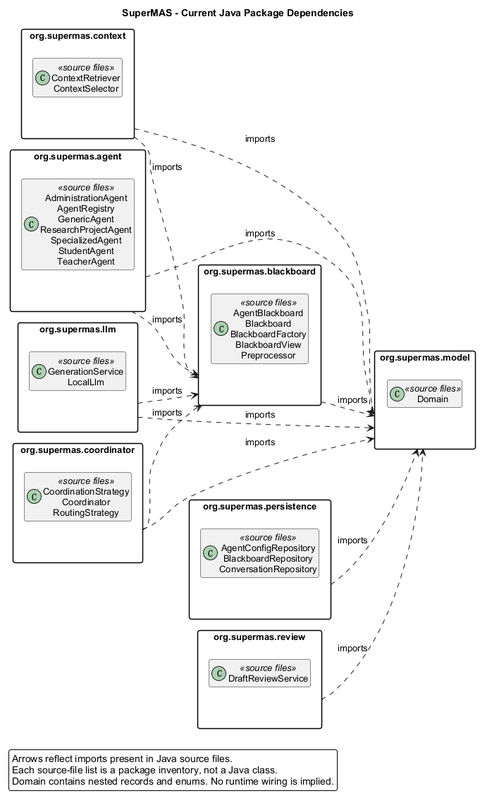
ZS912719/super-mas-project keeps this PlantUML diagram as docs/uml/package-overview.png. Above is the earlier version.
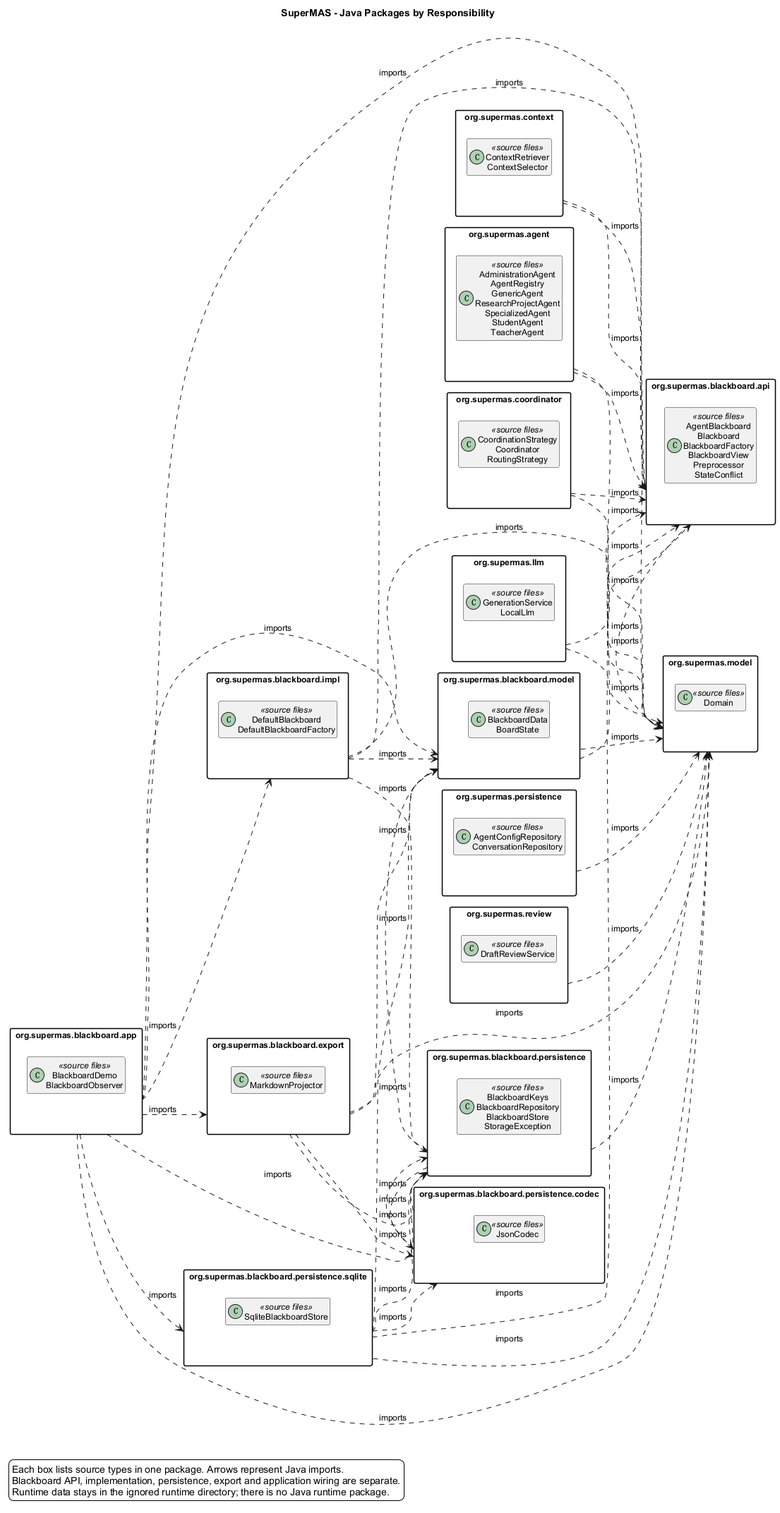
Above is the later version.

The edit, as a diff of the source:
```diff
@@ -2,56 +2,97 @@
 !pragma layout smetana
 skinparam backgroundColor #FFFFFF
 skinparam shadowing false
-skinparam roundcorner 6
 skinparam defaultFontName Arial
-skinparam defaultFontSize 13
-skinparam classAttributeIconSize 0
+skinparam defaultFontSize 12
 skinparam packageStyle rectangle
-skinparam nodesep 35
-skinparam ranksep 45
-hide empty members
-
-title SuperMAS - Current Java Package Dependencies
+hide members
 left to right direction
-hide members
-package "org.supermas.agent" as agent {
-class "AdministrationAgent\nAgentRegistry\nGenericAgent\nResearchProjectAgent\nSpecializedAgent\nStudentAgent\nTeacherAgent" as agent_contents <<source files>>
+title SuperMAS - Java Packages by Responsibility
+package "org.supermas.agent" as pkg0 {
+class "AdministrationAgent\nAgentRegistry\nGenericAgent\nResearchProjectAgent\nSpecializedAgent\nStudentAgent\nTeacherAgent" as pkg0_contents <<source files>>
 }
-package "org.supermas.blackboard" as blackboard {
-class "AgentBlackboard\nBlackboard\nBlackboardFactory\nBlackboardView\nPreprocessor" as blackboard_contents <<source files>>
+package "org.supermas.blackboard.api" as pkg1 {
+class "AgentBlackboard\nBlackboard\nBlackboardFactory\nBlackboardView\nPreprocessor\nStateConflict" as pkg1_contents <<source files>>
 }
-package "org.supermas.context" as context {
-class "ContextRetriever\nContextSelector" as context_contents <<source files>>
+package "org.supermas.blackboard.app" as pkg2 {
+class "BlackboardDemo\nBlackboardObserver" as pkg2_contents <<source files>>
 }
-package "org.supermas.coordinator" as coordinator {
-class "CoordinationStrategy\nCoordinator\nRoutingStrategy" as coordinator_contents <<source files>>
+package "org.supermas.blackboard.export" as pkg3 {
+class "MarkdownProjector" as pkg3_contents <<source files>>
 }
-package "org.supermas.llm" as llm {
-class "GenerationService\nLocalLlm" as llm_contents <<source files>>
+package "org.supermas.blackboard.impl" as pkg4 {
+class "DefaultBlackboard\nDefaultBlackboardFactory" as pkg4_contents <<source files>>
 }
-package "org.supermas.model" as model {
-class "Domain" as model_contents <<source files>>
+package "org.supermas.blackboard.model" as pkg5 {
+class "BlackboardData\nBoardState" as pkg5_contents <<source files>>
 }
-package "org.supermas.persistence" as persistence {
-class "AgentConfigRepository\nBlackboardRepository\nConversationRepository" as persistence_contents <<source files>>
+package "org.supermas.blackboard.persistence" as pkg6 {
+class "BlackboardKeys\nBlackboardRepository\nBlackboardStore\nStorageException" as pkg6_contents <<source files>>
 }
-package "org.supermas.review" as review {
-class "DraftReviewService" as review_contents <<source files>>
+package "org.supermas.blackboard.persistence.codec" as pkg7 {
+class "JsonCodec" as pkg7_contents <<source files>>
 }
-agent ..> blackboard : imports
-agent ..> model : imports
-blackboard ..> model : imports
-context ..> blackboard : imports
-context ..> model : imports
-coordinator ..> blackboard : imports
-coordinator ..> model : imports
-llm ..> blackboard : imports
-llm ..> model : imports
-persistence ..> model : imports
-review ..> model : imports
+package "org.supermas.blackboard.persistence.sqlite" as pkg8 {
+class "SqliteBlackboardStore" as pkg8_contents <<source files>>
+}
+package "org.supermas.context" as pkg9 {
+class "ContextRetriever\nContextSelector" as pkg9_contents <<source files>>
+}
+package "org.supermas.coordinator" as pkg10 {
+class "CoordinationStrategy\nCoordinator\nRoutingStrategy" as pkg10_contents <<source files>>
+}
+package "org.supermas.llm" as pkg11 {
+class "GenerationService\nLocalLlm" as pkg11_contents <<source files>>
+}
+package "org.supermas.model" as pkg12 {
+class "Domain" as pkg12_contents <<source files>>
+}
+package "org.supermas.persistence" as pkg13 {
+class "AgentConfigRepository\nConversationRepository" as pkg13_contents <<source files>>
+}
+package "org.supermas.review" as pkg14 {
+class "DraftReviewService" as pkg14_contents <<source files>>
+}
+pkg0 ..> pkg1 : imports
+pkg0 ..> pkg12 : imports
+pkg1 ..> pkg12 : imports
+pkg10 ..> pkg1 : imports
+pkg10 ..> pkg12 : imports
+pkg11 ..> pkg1 : imports
+pkg11 ..> pkg12 : imports
+pkg13 ..> pkg12 : imports
+pkg14 ..> pkg12 : imports
+pkg2 ..> pkg1 : imports
+pkg2 ..> pkg12 : imports
+pkg2 ..> pkg3 : imports
+pkg2 ..> pkg4 : imports
+pkg2 ..> pkg5 : imports
+pkg2 ..> pkg6 : imports
+pkg2 ..> pkg8 : imports
+pkg3 ..> pkg12 : imports
+pkg3 ..> pkg5 : imports
+pkg3 ..> pkg6 : imports
+pkg3 ..> pkg7 : imports
+pkg4 ..> pkg1 : imports
+pkg4 ..> pkg12 : imports
+pkg4 ..> pkg5 : imports
+pkg4 ..> pkg6 : imports
+pkg5 ..> pkg1 : imports
+pkg5 ..> pkg12 : imports
+pkg6 ..> pkg12 : imports
+pkg6 ..> pkg5 : imports
+pkg6 ..> pkg7 : imports
+pkg7 ..> pkg6 : imports
+pkg8 ..> pkg1 : imports
+pkg8 ..> pkg12 : imports
+pkg8 ..> pkg5 : imports
+pkg8 ..> pkg6 : imports
+pkg8 ..> pkg7 : imports
+pkg9 ..> pkg1 : imports
+pkg9 ..> pkg12 : imports
 legend bottom left
-Arrows reflect imports present in Java source files.
-Each source-file list is a package inventory, not a Java class.
-Domain contains nested records and enums. No runtime wiring is implied.
+Each box lists source types in one package. Arrows represent Java imports.
+Blackboard API, implementation, persistence, export and application wiring are separate.
+Runtime data stays in the ignored runtime directory; there is no Java runtime package.
 endlegend
 @enduml
```
